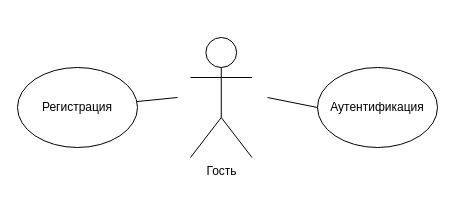
Above: reports/Diagrams/useCase/useCaseGuest.drawio in EgorSasim/diary-finances-tracker-app (draw.io), before the change. Source tidied: cells renumbered, new cells numbered last; positions are measured from the earlier drawing's top-left corner, leaving out a move shared by most shapes. Both pictures are drawn from the tidied source at 100%, with x=0, y=0 at pixel (17, 37).
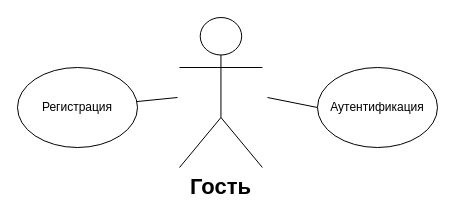
After the change.

Change to the diagram source:
```diff
@@
 <mxGraphModel>
   <root>
     <mxCell id="0" />
     <mxCell id="1" parent="0" />
-    <mxCell id="2" value="Гость" style="shape=umlActor;verticalLabelPosition=bottom;verticalAlign=top;html=1;" parent="1" vertex="1">
-      <mxGeometry x="173" width="61.5" height="120" as="geometry" />
+    <mxCell id="2" value="&lt;font style=&quot;font-size: 22px;&quot;&gt;&lt;b&gt;Гость&lt;/b&gt;&lt;/font&gt;" style="shape=umlActor;verticalLabelPosition=bottom;verticalAlign=top;html=1;" parent="1" vertex="1">
+      <mxGeometry x="162" y="-20" width="82.9" height="150" as="geometry" />
     </mxCell>
     <mxCell id="3" style="endArrow=none;html=1;rounded=0;" parent="1" edge="1" target="6">
       <mxGeometry relative="1" as="geometry">
         <mxPoint x="160" y="60" as="sourcePoint" />
       </mxGeometry>
     </mxCell>
     <mxCell id="4" value="Аутентификация" style="ellipse;whiteSpace=wrap;html=1;" parent="1" vertex="1">
       <mxGeometry x="300" y="30" width="120" height="80" as="geometry" />
     </mxCell>
     <mxCell id="5" style="endArrow=none;html=1;rounded=0;entryX=0;entryY=0.5;entryDx=0;entryDy=0;" parent="1" edge="1" target="4">
       <mxGeometry relative="1" as="geometry">
         <mxPoint x="250" y="60" as="sourcePoint" />
       </mxGeometry>
     </mxCell>
     <mxCell id="6" value="Регистрация" style="ellipse;whiteSpace=wrap;html=1;" parent="1" vertex="1">
       <mxGeometry y="30" width="120" height="80" as="geometry" />
     </mxCell>
   </root>
 </mxGraphModel>
```
